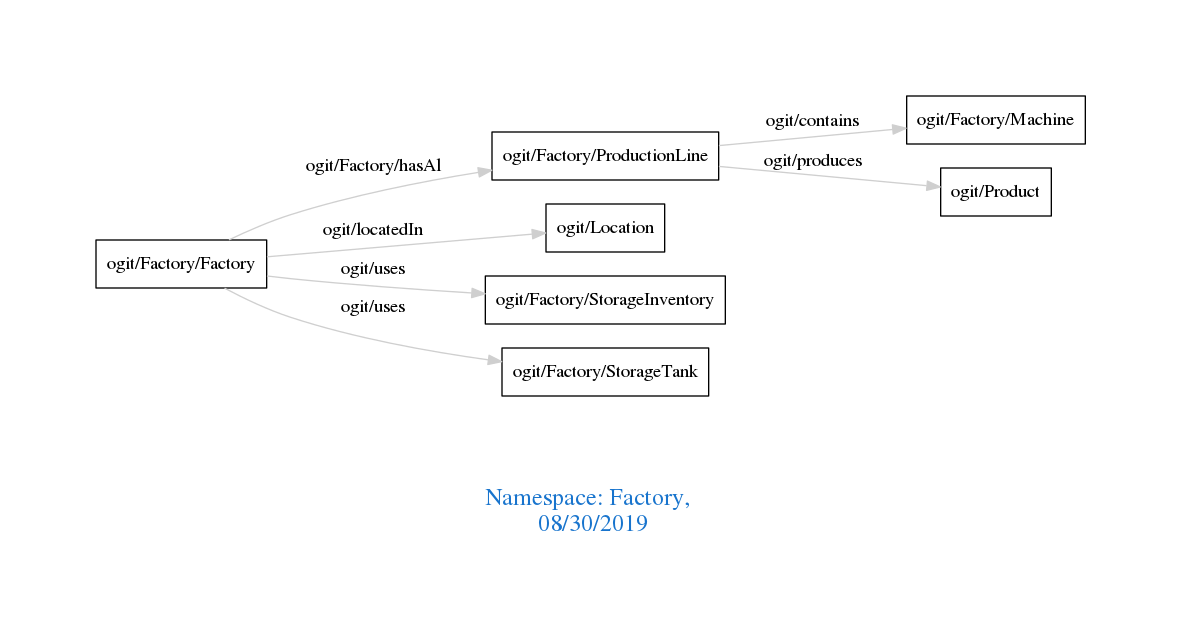
arago/OGIT keeps this Graphviz diagram as downloads/Factory.png. Above is the earlier version. Its source is kept beside it as downloads/Factory.dot. Source of this version:
```dot
digraph OGIT_ontology {
 graph [ rankdir= LR,pad=1
fontsize = 18,
fontcolor= dodgerblue3,label = "\n\n\nNamespace: Factory, \n 08/30/2019"];
node[shape=polygon];
edge [  color="gray81"];

   "ogit/Factory/ProductionLine" -> "ogit/Factory/Machine" [label="   ogit/contains    "];
   "ogit/Factory/Factory" -> "ogit/Factory/ProductionLine" [label="   ogit/Factory/hasAl    "];
   "ogit/Factory/Factory" -> "ogit/Location" [label="   ogit/locatedIn    "];
   "ogit/Factory/ProductionLine" -> "ogit/Product" [label="   ogit/produces    "];
   "ogit/Factory/Factory" -> "ogit/Factory/StorageInventory" [label="   ogit/uses    "];
   "ogit/Factory/Factory" -> "ogit/Factory/StorageTank" [label="   ogit/uses    "];
}
```
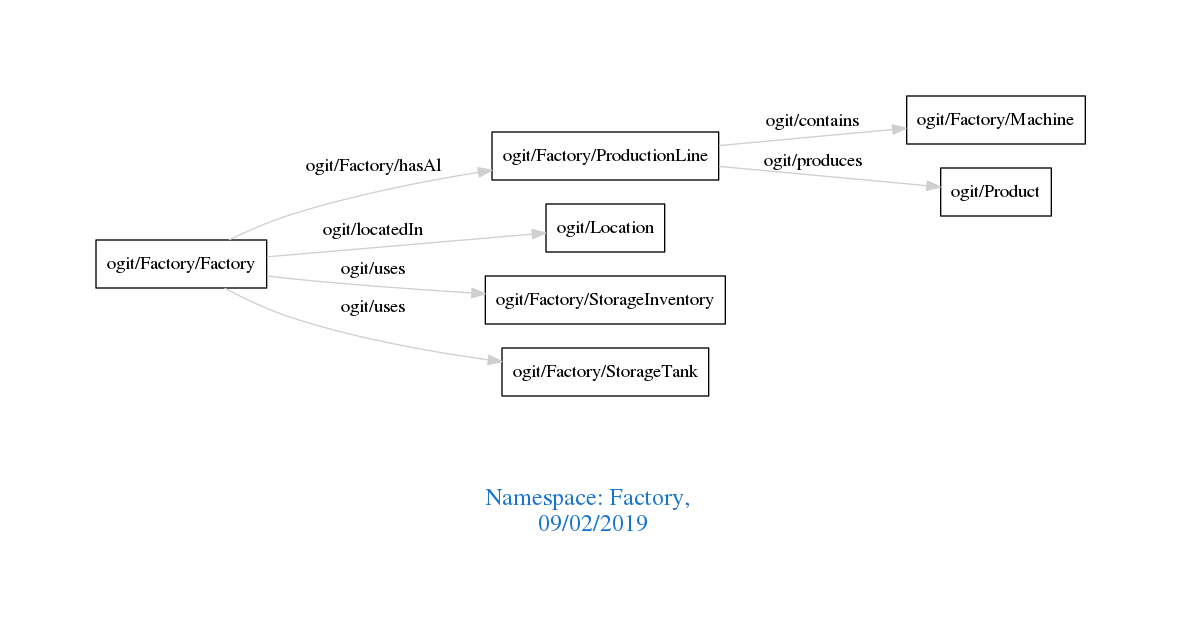
Later version of the same file.

Change to the diagram source:
```diff
@@ -1,7 +1,7 @@
 digraph OGIT_ontology {
  graph [ rankdir= LR,pad=1
 fontsize = 18,
-fontcolor= dodgerblue3,label = "\n\n\nNamespace: Factory, \n 08/30/2019"];
+fontcolor= dodgerblue3,label = "\n\n\nNamespace: Factory, \n 09/02/2019"];
 node[shape=polygon];
 edge [  color="gray81"];
 
```
